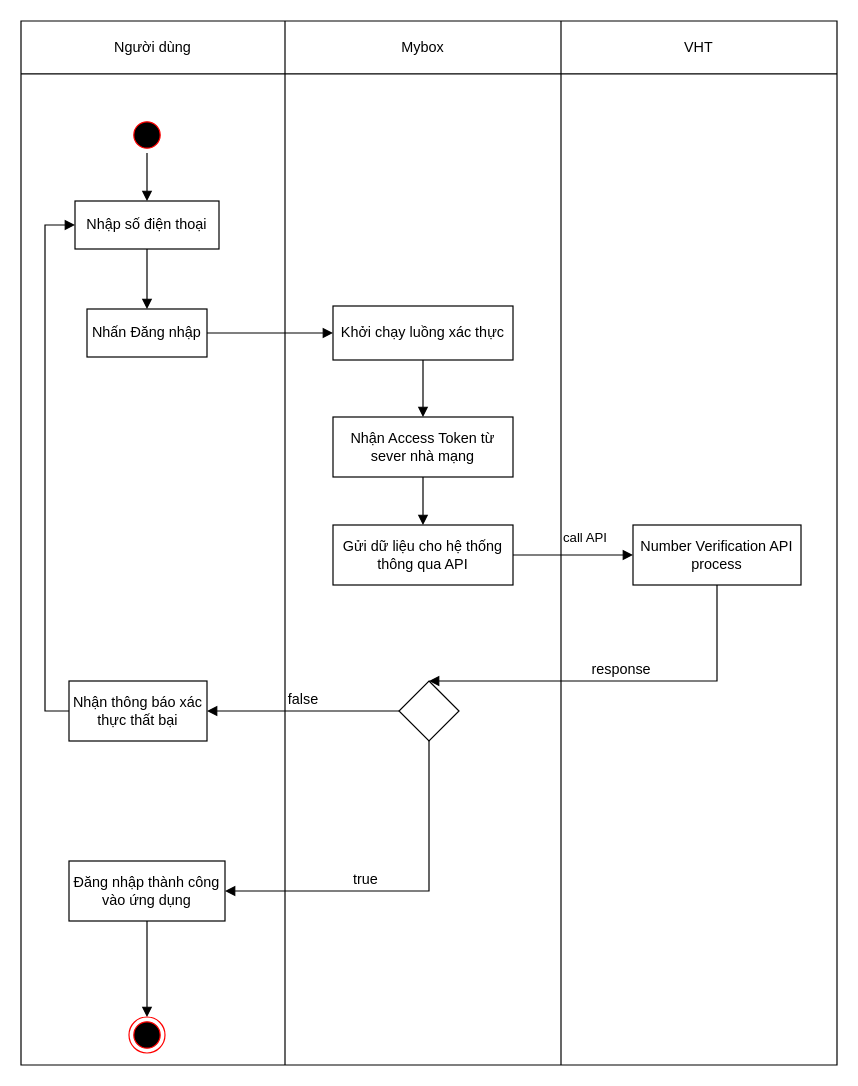
NamKhanhIT2/LTM7_6 keeps this draw.io diagram as page "Trang-4" (4 of 6) of Biểu đồ không có tiêu đề.drawio. Above is the earlier version. Source tidied: cells renumbered, new cells numbered last; positions are measured from the earlier drawing's top-left corner, leaving out a move shared by most shapes. Both pictures are drawn from the tidied source at 120%, with x=0, y=0 at pixel (20, 20).
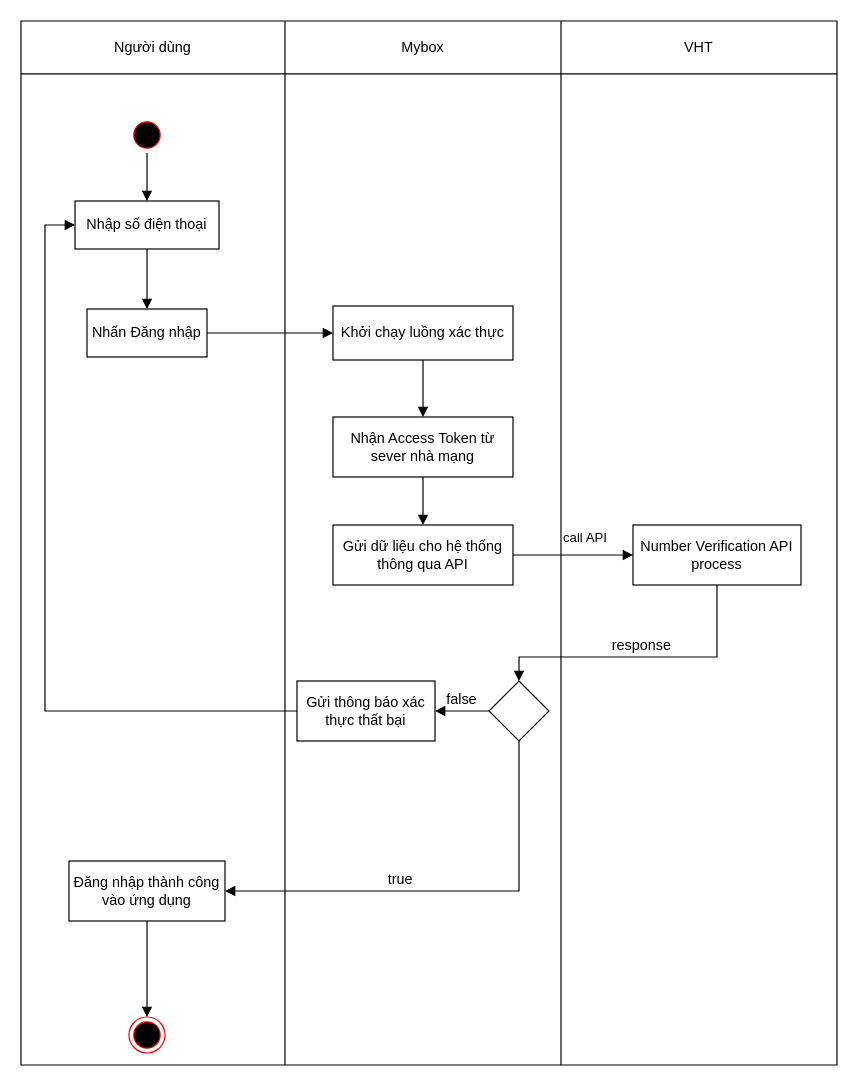
Above is the later version.

Commit message:
Cập nhật Biểu đồ không có tiêu đề.drawio

Unchanged cells that the change refers to:
```xml
<mxCell id="26" value="Đăng nhập thành công vào ứng dụng" style="html=1;whiteSpace=wrap;" parent="1" vertex="1">
  <mxGeometry x="40" y="700" width="130" height="50" as="geometry" />
</mxCell>
```

What changed in the source:
```diff
@@
     <mxCell id="24" style="rhombus;whiteSpace=wrap;html=1;" parent="1" vertex="1">
-      <mxGeometry x="315" y="550" width="50" height="50" as="geometry" />
+      <mxGeometry x="390" y="550" width="50" height="50" as="geometry" />
     </mxCell>
     <mxCell id="25" value="&lt;font style=&quot;font-size: 12px;&quot;&gt;response&lt;/font&gt;" style="html=1;verticalAlign=bottom;endArrow=block;curved=0;rounded=0;entryX=0.5;entryY=0;entryDx=0;entryDy=0;" parent="1" edge="1" target="24">
       <mxGeometry relative="1" as="geometry">
         <mxPoint x="580" y="470" as="sourcePoint" />
         <Array as="points">
-          <mxPoint x="580" y="550" />
+          <mxPoint x="580" y="530" />
+          <mxPoint x="415" y="530" />
         </Array>
       </mxGeometry>
     </mxCell>
@@
-    <mxCell id="27" value="&lt;font style=&quot;font-size: 12px;&quot;&gt;true&lt;/font&gt;" style="html=1;verticalAlign=bottom;endArrow=block;curved=0;rounded=0;entryX=1;entryY=0.5;entryDx=0;entryDy=0;" parent="1" edge="1" target="26">
+    <mxCell id="27" value="&lt;font style=&quot;font-size: 12px;&quot;&gt;true&lt;/font&gt;" style="html=1;verticalAlign=bottom;endArrow=block;curved=0;rounded=0;entryX=1;entryY=0.5;entryDx=0;entryDy=0;exitX=0.5;exitY=1;exitDx=0;exitDy=0;" parent="1" edge="1" source="24" target="26">
       <mxGeometry x="0.21" relative="1" as="geometry">
-        <mxPoint x="340" y="600" as="sourcePoint" />
         <Array as="points">
-          <mxPoint x="340" y="725" />
+          <mxPoint x="415" y="725" />
         </Array>
       </mxGeometry>
     </mxCell>
@@
-    <mxCell id="31" value="Nhận thông báo xác thực thất bại" style="html=1;whiteSpace=wrap;" parent="1" vertex="1">
-      <mxGeometry x="40" y="550" width="115" height="50" as="geometry" />
+    <mxCell id="31" value="Gửi thông báo xác thực thất bại" style="html=1;whiteSpace=wrap;" parent="1" vertex="1">
+      <mxGeometry x="230" y="550" width="115" height="50" as="geometry" />
     </mxCell>
```
